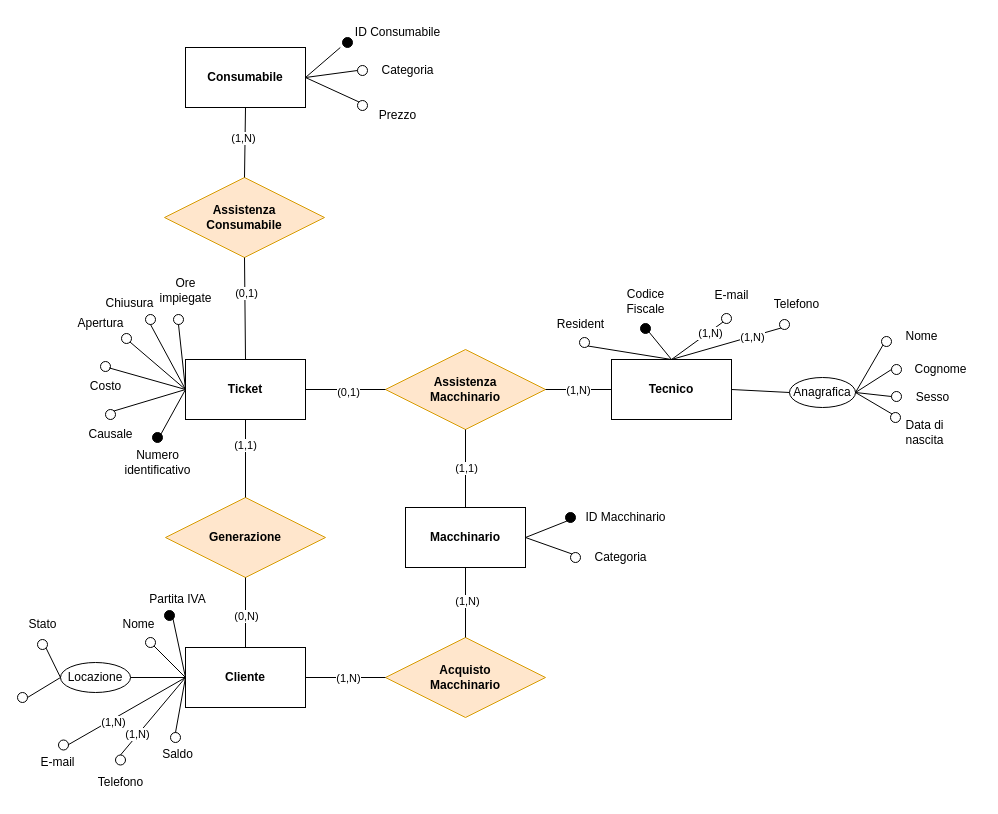
The draw.io diagram Diagrammi/generalizzazione2.drawio in fedeStaffo/Progetto_Basi_di_dati, before the edit. Source tidied: cells renumbered, new cells numbered last; positions are measured from the earlier drawing's top-left corner, leaving out a move shared by most shapes. Both pictures are drawn from the tidied source at 100%, with x=0, y=0 at pixel (17, 17).
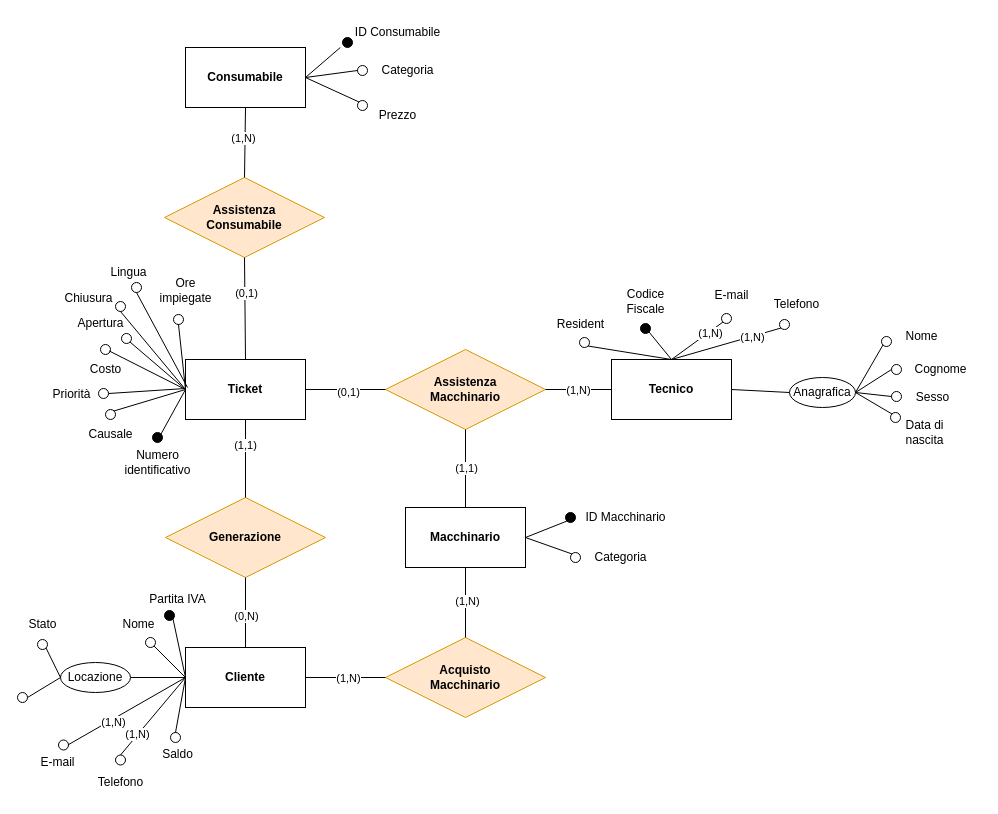
Above is the later version.

Change to the diagram source:
```diff
@@
     <mxCell id="79" value="Chiusura" style="text;html=1;align=center;verticalAlign=middle;strokeColor=none;fillColor=none;" parent="1" vertex="1">
-      <mxGeometry x="79" y="272.5" width="66" height="26" as="geometry" />
+      <mxGeometry x="38" y="268" width="66" height="26" as="geometry" />
     </mxCell>
@@
     <mxCell id="81" style="ellipse;whiteSpace=wrap;html=1;" parent="1" vertex="1">
-      <mxGeometry x="83" y="344" width="10" height="10" as="geometry" />
+      <mxGeometry x="83" y="327" width="10" height="10" as="geometry" />
     </mxCell>
     <mxCell id="82" value="Costo" style="text;html=1;align=center;verticalAlign=middle;points=[];strokeColor=none;fillColor=none;" parent="1" vertex="1">
-      <mxGeometry x="63" y="354" width="50" height="30" as="geometry" />
+      <mxGeometry x="63" y="337" width="50" height="30" as="geometry" />
     </mxCell>
     <mxCell id="83" style="ellipse;whiteSpace=wrap;html=1;" parent="1" vertex="1">
-      <mxGeometry x="128" y="297" width="10" height="10" as="geometry" />
+      <mxGeometry x="98" y="284" width="10" height="10" as="geometry" />
     </mxCell>
@@
+    <mxCell id="114" style="ellipse;whiteSpace=wrap;html=1;" parent="1" vertex="1">
+      <mxGeometry x="81" y="371" width="10" height="10" as="geometry" />
+    </mxCell>
+    <mxCell id="115" value="Priorità" style="text;html=1;align=center;verticalAlign=middle;strokeColor=none;fillColor=none;" parent="1" vertex="1">
+      <mxGeometry x="24" y="362" width="60" height="30" as="geometry" />
+    </mxCell>
+    <mxCell id="116" style="endArrow=none;html=1;rounded=0;entryX=1;entryY=0.5;entryDx=0;entryDy=0;" parent="1" edge="1" target="114">
+      <mxGeometry relative="1" as="geometry">
+        <mxPoint x="168" y="371" as="sourcePoint" />
+      </mxGeometry>
+    </mxCell>
+    <mxCell id="117" value="Lingua" style="text;html=1;align=center;verticalAlign=middle;strokeColor=none;fillColor=none;" parent="1" vertex="1">
+      <mxGeometry x="81" y="240" width="60" height="30" as="geometry" />
+    </mxCell>
+    <mxCell id="118" style="ellipse;whiteSpace=wrap;html=1;" parent="1" vertex="1">
+      <mxGeometry x="114" y="265" width="10" height="10" as="geometry" />
+    </mxCell>
+    <mxCell id="119" style="endArrow=none;html=1;rounded=0;entryX=0.5;entryY=1;entryDx=0;entryDy=0;" parent="1" edge="1" target="118">
+      <mxGeometry relative="1" as="geometry">
+        <mxPoint x="170" y="370" as="sourcePoint" />
+      </mxGeometry>
+    </mxCell>
```
